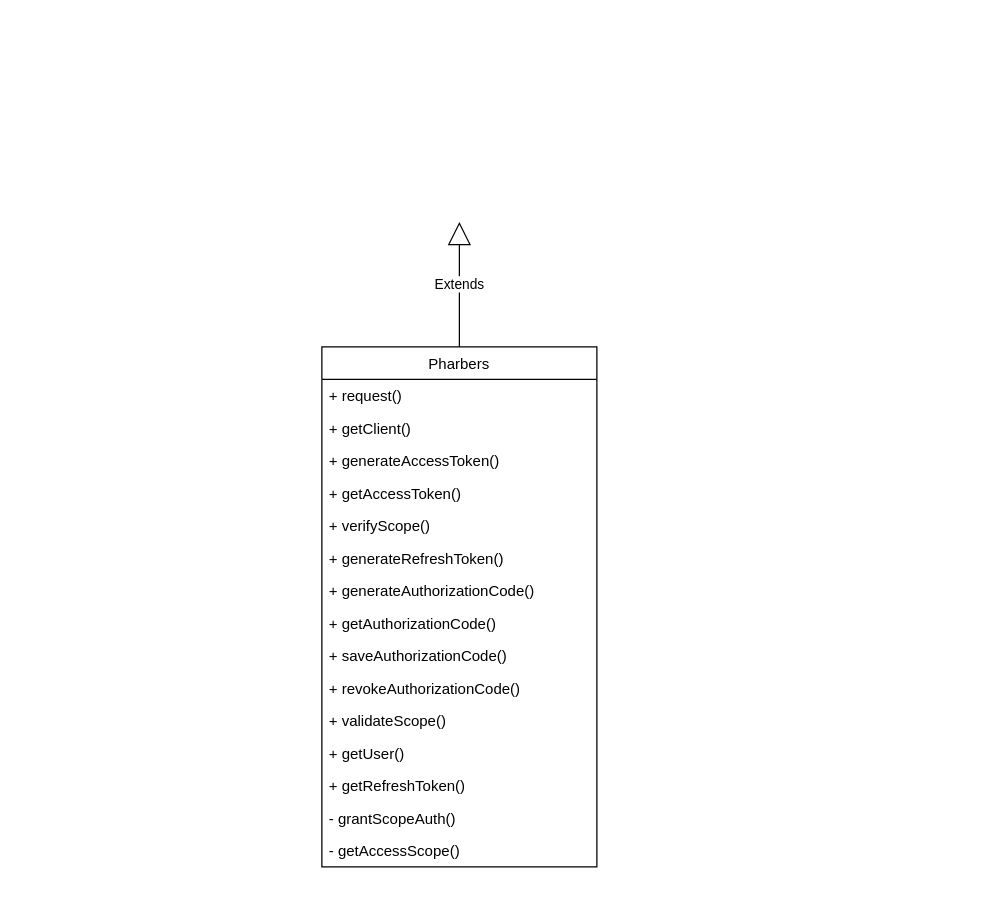
Earlier version of the draw.io diagram Untitled Diagram.drawio (wordlu/note-update). Source tidied: cells renumbered, new cells numbered last; positions are measured from the earlier drawing's top-left corner, leaving out a move shared by most shapes. Both pictures are drawn from the tidied source at 125%, with x=0, y=0 at pixel (321, 221).
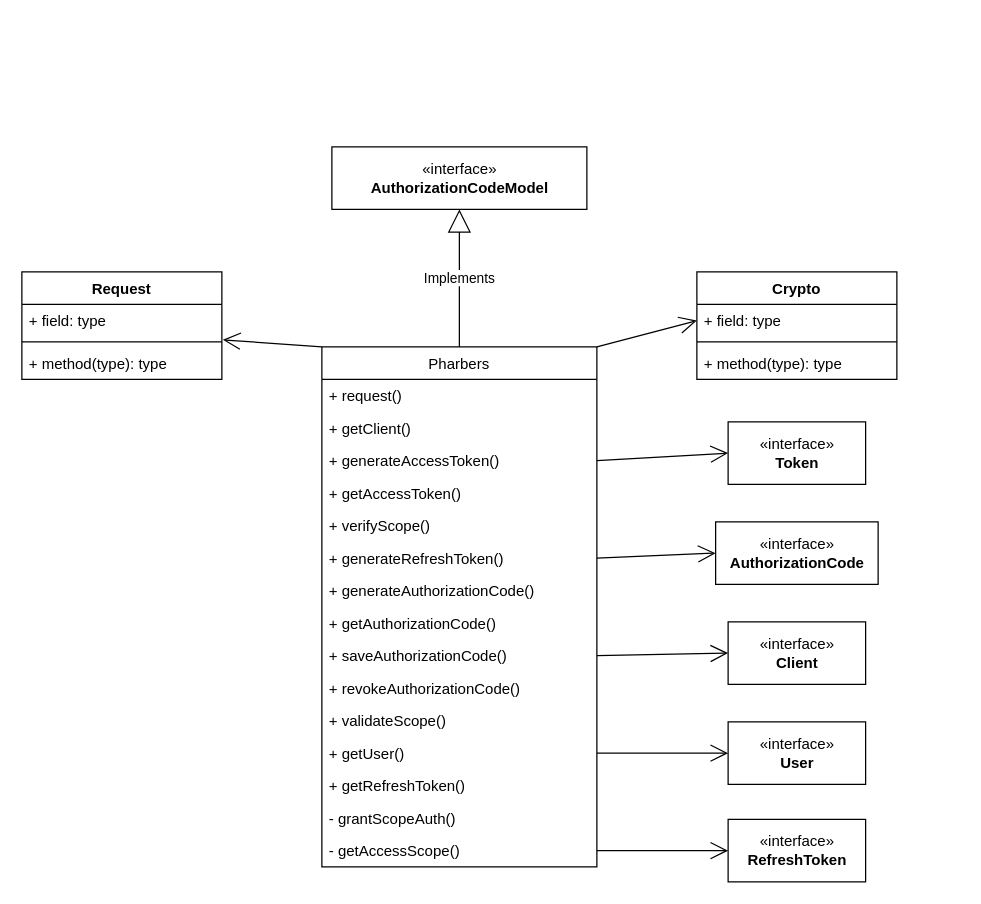
The same diagram, later.

Unchanged cells that the change refers to:
```xml
<mxCell id="2" value="Pharbers" style="swimlane;fontStyle=0;horizontal=1;startSize=26;fillColor=none;" parent="1" vertex="1">
  <mxGeometry y="100" width="220" height="416" as="geometry" />
</mxCell>
<mxCell id="5" value="+ generateAccessToken()&#10;&#10;+ saveToken()&#10;" style="text;strokeColor=none;fillColor=none;align=left;verticalAlign=top;spacingLeft=4;spacingRight=4;overflow=hidden;points=[[0,0.5],[1,0.5]];portConstraint=eastwest;" parent="2" vertex="1">
  <mxGeometry y="78" width="220" height="26" as="geometry" />
</mxCell>
<mxCell id="8" value="+ generateRefreshToken()&#10;&#10;&#10;&#10;" style="text;strokeColor=none;fillColor=none;align=left;verticalAlign=top;spacingLeft=4;spacingRight=4;overflow=hidden;points=[[0,0.5],[1,0.5]];portConstraint=eastwest;" parent="2" vertex="1">
  <mxGeometry y="156" width="220" height="26" as="geometry" />
</mxCell>
<mxCell id="11" value="+ saveAuthorizationCode()&#10;&#10;&#10;" style="text;strokeColor=none;fillColor=none;align=left;verticalAlign=top;spacingLeft=4;spacingRight=4;overflow=hidden;points=[[0,0.5],[1,0.5]];portConstraint=eastwest;" parent="2" vertex="1">
  <mxGeometry y="234" width="220" height="26" as="geometry" />
</mxCell>
<mxCell id="14" value="+ getUser()" style="text;strokeColor=none;fillColor=none;align=left;verticalAlign=top;spacingLeft=4;spacingRight=4;overflow=hidden;points=[[0,0.5],[1,0.5]];portConstraint=eastwest;" parent="2" vertex="1">
  <mxGeometry y="312" width="220" height="26" as="geometry" />
</mxCell>
<mxCell id="17" value="- getAccessScope()" style="text;strokeColor=none;fillColor=none;align=left;verticalAlign=top;spacingLeft=4;spacingRight=4;overflow=hidden;points=[[0,0.5],[1,0.5]];portConstraint=eastwest;" parent="2" vertex="1">
  <mxGeometry y="390" width="220" height="26" as="geometry" />
</mxCell>
```

The edit, as a diff of the source:
```diff
@@
-    <mxCell id="18" value="Extends" style="endArrow=block;endSize=16;endFill=0;html=1;exitX=0.5;exitY=0;exitDx=0;exitDy=0;" parent="1" edge="1" source="2">
+    <mxCell id="18" value="Implements" style="endArrow=block;endSize=16;endFill=0;html=1;exitX=0.5;exitY=0;exitDx=0;exitDy=0;entryX=0.5;entryY=1;entryDx=0;entryDy=0;" parent="1" edge="1" source="2">
       <mxGeometry relative="1" as="geometry">
-        <mxPoint x="110" as="targetPoint" />
+        <mxPoint x="110" y="-10" as="targetPoint" />
       </mxGeometry>
     </mxCell>
+    <mxCell id="19" value="&lt;pre style=&quot;font-style: normal ; font-weight: 400 ; letter-spacing: normal ; text-align: left ; text-indent: 0px ; text-transform: none ; word-spacing: 0px ; background-color: rgb(43 , 43 , 43) ; color: rgb(169 , 183 , 198) ; font-family: &amp;#34;jetbrains mono&amp;#34; , monospace ; font-size: 9.8pt&quot;&gt;&lt;br&gt;&lt;/pre&gt;" style="text;whiteSpace=wrap;html=1;" parent="1" vertex="1">
+      <mxGeometry x="310" y="-160" width="200" height="60" as="geometry" />
+    </mxCell>
+    <mxCell id="20" value="«interface»&lt;br&gt;&lt;b&gt;AuthorizationCodeModel&lt;/b&gt;&lt;b&gt;&lt;br&gt;&lt;/b&gt;" style="html=1;" parent="1" vertex="1">
+      <mxGeometry x="8" y="-60" width="204" height="50" as="geometry" />
+    </mxCell>
+    <mxCell id="21" style="endArrow=open;endFill=1;endSize=12;html=1;exitX=0;exitY=0;exitDx=0;exitDy=0;entryX=1.005;entryY=1.091;entryDx=0;entryDy=0;entryPerimeter=0;" parent="1" edge="1" source="2" target="23">
+      <mxGeometry relative="1" as="geometry" />
+    </mxCell>
+    <mxCell id="22" value="Request&#10;" style="swimlane;fontStyle=1;align=center;verticalAlign=top;horizontal=1;startSize=26;" parent="1" vertex="1">
+      <mxGeometry x="-240" y="40" width="160" height="86" as="geometry" />
+    </mxCell>
+    <mxCell id="23" value="+ field: type" style="text;strokeColor=none;fillColor=none;align=left;verticalAlign=top;spacingLeft=4;spacingRight=4;overflow=hidden;points=[[0,0.5],[1,0.5]];portConstraint=eastwest;" parent="22" vertex="1">
+      <mxGeometry y="26" width="160" height="26" as="geometry" />
+    </mxCell>
+    <mxCell id="24" style="line;strokeWidth=1;fillColor=none;align=left;verticalAlign=middle;spacingTop=-1;spacingLeft=3;spacingRight=3;labelPosition=right;" parent="22" vertex="1">
+      <mxGeometry y="52" width="160" height="8" as="geometry" />
+    </mxCell>
+    <mxCell id="25" value="+ method(type): type" style="text;strokeColor=none;fillColor=none;align=left;verticalAlign=top;spacingLeft=4;spacingRight=4;overflow=hidden;" parent="22" vertex="1">
+      <mxGeometry y="60" width="160" height="26" as="geometry" />
+    </mxCell>
+    <mxCell id="26" value="Crypto&#10;" style="swimlane;fontStyle=1;align=center;verticalAlign=top;horizontal=1;startSize=26;" parent="1" vertex="1">
+      <mxGeometry x="300" y="40" width="160" height="86" as="geometry" />
+    </mxCell>
+    <mxCell id="27" value="+ field: type" style="text;strokeColor=none;fillColor=none;align=left;verticalAlign=top;spacingLeft=4;spacingRight=4;overflow=hidden;points=[[0,0.5],[1,0.5]];portConstraint=eastwest;" parent="26" vertex="1">
+      <mxGeometry y="26" width="160" height="26" as="geometry" />
+    </mxCell>
+    <mxCell id="28" style="line;strokeWidth=1;fillColor=none;align=left;verticalAlign=middle;spacingTop=-1;spacingLeft=3;spacingRight=3;labelPosition=right;" parent="26" vertex="1">
+      <mxGeometry y="52" width="160" height="8" as="geometry" />
+    </mxCell>
+    <mxCell id="29" value="+ method(type): type" style="text;strokeColor=none;fillColor=none;align=left;verticalAlign=top;spacingLeft=4;spacingRight=4;overflow=hidden;" parent="26" vertex="1">
+      <mxGeometry y="60" width="160" height="26" as="geometry" />
+    </mxCell>
+    <mxCell id="30" value="«interface»&lt;br&gt;&lt;b&gt;Client&lt;/b&gt;" style="html=1;" parent="1" vertex="1">
+      <mxGeometry x="325" y="320" width="110" height="50" as="geometry" />
+    </mxCell>
+    <mxCell id="31" value="«interface»&lt;br&gt;&lt;b&gt;AuthorizationCode&lt;/b&gt;" style="html=1;" parent="1" vertex="1">
+      <mxGeometry x="315" y="240" width="130" height="50" as="geometry" />
+    </mxCell>
+    <mxCell id="32" value="«interface»&lt;br&gt;&lt;b&gt;RefreshToken&lt;/b&gt;" style="html=1;" parent="1" vertex="1">
+      <mxGeometry x="325" y="478" width="110" height="50" as="geometry" />
+    </mxCell>
+    <mxCell id="33" value="«interface»&lt;br&gt;&lt;b&gt;Token&lt;/b&gt;" style="html=1;" parent="1" vertex="1">
+      <mxGeometry x="325" y="160" width="110" height="50" as="geometry" />
+    </mxCell>
+    <mxCell id="34" value="«interface»&lt;br&gt;&lt;b&gt;User&lt;/b&gt;" style="html=1;" parent="1" vertex="1">
+      <mxGeometry x="325" y="400" width="110" height="50" as="geometry" />
+    </mxCell>
+    <mxCell id="35" style="endArrow=open;endFill=1;endSize=12;html=1;exitX=1;exitY=0.5;exitDx=0;exitDy=0;entryX=0;entryY=0.5;entryDx=0;entryDy=0;" parent="1" edge="1" source="17" target="32">
+      <mxGeometry relative="1" as="geometry" />
+    </mxCell>
+    <mxCell id="36" style="endArrow=open;endFill=1;endSize=12;html=1;exitX=1;exitY=0.5;exitDx=0;exitDy=0;entryX=0;entryY=0.5;entryDx=0;entryDy=0;" parent="1" edge="1" source="14" target="34">
+      <mxGeometry relative="1" as="geometry" />
+    </mxCell>
+    <mxCell id="37" style="endArrow=open;endFill=1;endSize=12;html=1;exitX=1;exitY=0.5;exitDx=0;exitDy=0;entryX=0;entryY=0.5;entryDx=0;entryDy=0;" parent="1" edge="1" source="11" target="30">
+      <mxGeometry relative="1" as="geometry" />
+    </mxCell>
+    <mxCell id="38" style="endArrow=open;endFill=1;endSize=12;html=1;exitX=1;exitY=0.5;exitDx=0;exitDy=0;entryX=0;entryY=0.5;entryDx=0;entryDy=0;" parent="1" edge="1" source="8" target="31">
+      <mxGeometry relative="1" as="geometry" />
+    </mxCell>
+    <mxCell id="39" style="endArrow=open;endFill=1;endSize=12;html=1;exitX=1;exitY=0.5;exitDx=0;exitDy=0;entryX=0;entryY=0.5;entryDx=0;entryDy=0;" parent="1" edge="1" source="5" target="33">
+      <mxGeometry relative="1" as="geometry" />
+    </mxCell>
+    <mxCell id="40" style="endArrow=open;endFill=1;endSize=12;html=1;exitX=1;exitY=0;exitDx=0;exitDy=0;entryX=0;entryY=0.5;entryDx=0;entryDy=0;" parent="1" edge="1" source="2" target="27">
+      <mxGeometry relative="1" as="geometry" />
+    </mxCell>
```
